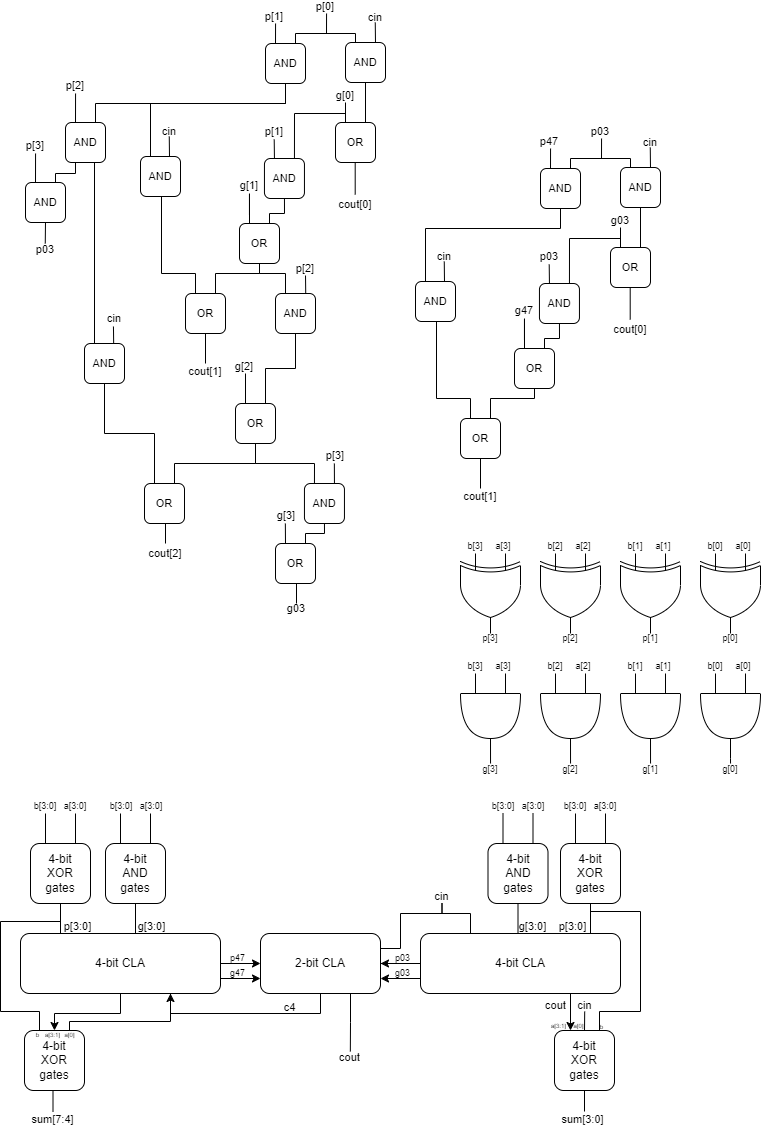
Earlier version of the draw.io export Lab2/Advanced/2-3/Lab2-3.png (Crazy-Ting-Yao/2023-Fall-Hardware_Design_and_Lab_Lee). Source tidied: cells renumbered, new cells last; positions are measured from the earlier drawing's top-left corner, leaving out a move shared by most shapes.
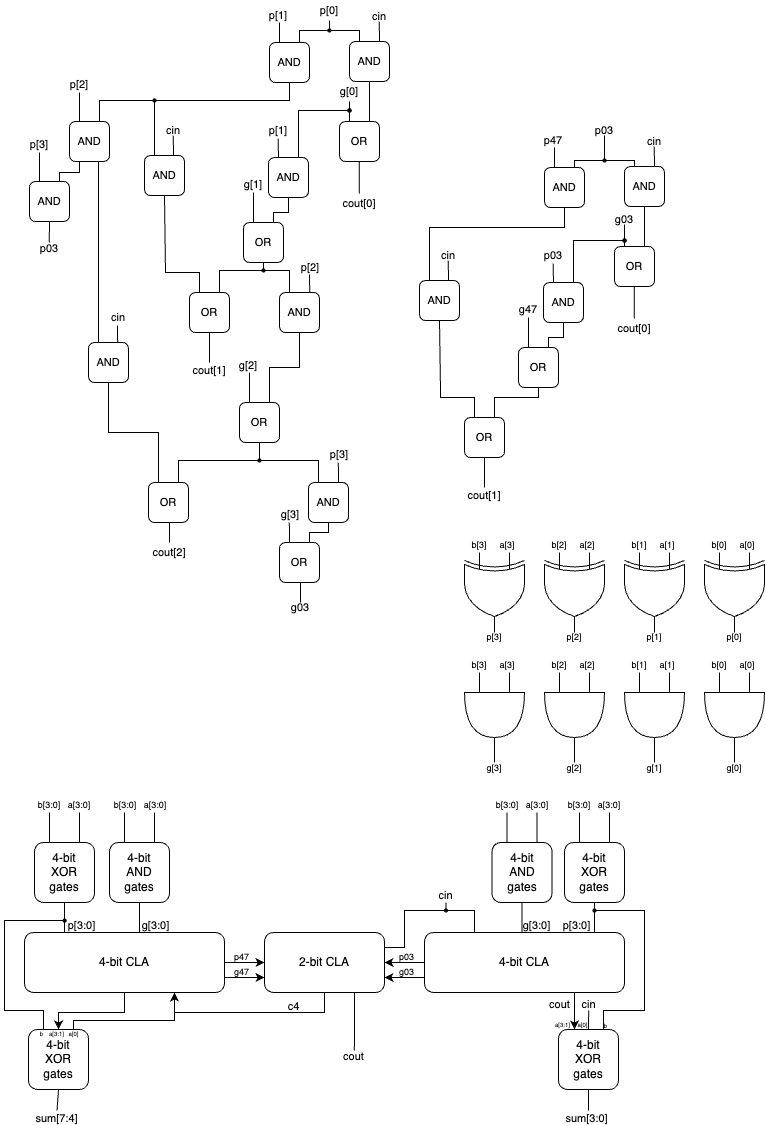
The same file after the commit.

Diff of the diagram source:
```diff
@@ -20,4 +20,4 @@
         <Array as="points">
-          <mxPoint x="95" y="102" />
-          <mxPoint x="285" y="102" />
+          <mxPoint x="95" y="100" />
+          <mxPoint x="285" y="100" />
         </Array>
@@ -49,2 +49,7 @@
     </mxCell>
+    <mxCell id="216" style="edgeStyle=orthogonalEdgeStyle;shape=connector;rounded=0;jettySize=auto;html=1;exitX=0.25;exitY=0;exitDx=0;exitDy=0;labelBackgroundColor=default;strokeColor=default;align=center;verticalAlign=middle;fontFamily=Helvetica;fontSize=11;fontColor=default;endArrow=oval;endFill=1;endSize=3;" parent="1" edge="1" source="12">
+      <mxGeometry relative="1" as="geometry">
+        <mxPoint x="345" y="110" as="targetPoint" />
+      </mxGeometry>
+    </mxCell>
     <mxCell id="12" value="OR" style="rounded=1;whiteSpace=wrap;html=1;fontFamily=Helvetica;fontSize=11;fontColor=default;" parent="1" vertex="1">
@@ -52,10 +57,9 @@
     </mxCell>
-    <mxCell id="13" style="endArrow=none;html=1;rounded=0;labelBackgroundColor=default;strokeColor=default;align=center;verticalAlign=middle;fontFamily=Helvetica;fontSize=11;fontColor=default;shape=connector;" parent="1" edge="1">
-      <mxGeometry relative="1" as="geometry">
-        <mxPoint x="345" y="101" as="sourcePoint" />
-        <mxPoint x="345" y="121" as="targetPoint" />
-      </mxGeometry>
-    </mxCell>
+    <mxCell id="217" style="edgeStyle=orthogonalEdgeStyle;shape=connector;rounded=0;jettySize=auto;html=1;exitX=0.5;exitY=1;exitDx=0;exitDy=0;labelBackgroundColor=default;strokeColor=default;align=center;verticalAlign=middle;fontFamily=Helvetica;fontSize=11;fontColor=default;endArrow=oval;endFill=1;endSize=3;" parent="1" edge="1" source="14">
+      <mxGeometry relative="1" as="geometry">
+        <mxPoint x="345" y="110" as="targetPoint" />
+      </mxGeometry>
+    </mxCell>
     <mxCell id="14" value="g[0]" style="text;html=1;strokeColor=none;fillColor=none;align=center;verticalAlign=middle;whiteSpace=wrap;rounded=0;fontSize=11;fontFamily=Helvetica;fontColor=default;" parent="1" vertex="1">
-      <mxGeometry x="330" y="89" width="30" height="10" as="geometry" />
+      <mxGeometry x="330" y="80" width="30" height="21" as="geometry" />
     </mxCell>
@@ -64,4 +68,4 @@
         <Array as="points">
-          <mxPoint x="355" y="32" />
-          <mxPoint x="295" y="32" />
+          <mxPoint x="355" y="30" />
+          <mxPoint x="295" y="30" />
         </Array>
@@ -75,19 +79,10 @@
     </mxCell>
-    <mxCell id="18" style="edgeStyle=orthogonalEdgeStyle;shape=connector;rounded=0;orthogonalLoop=1;jettySize=auto;html=1;exitX=0.25;exitY=0;exitDx=0;exitDy=0;labelBackgroundColor=default;strokeColor=default;align=center;verticalAlign=middle;fontFamily=Helvetica;fontSize=11;fontColor=default;endArrow=none;endFill=0;" parent="1" edge="1">
-      <mxGeometry relative="1" as="geometry">
-        <mxPoint x="326" y="32" as="sourcePoint" />
-        <mxPoint x="326.1" y="12" as="targetPoint" />
-      </mxGeometry>
-    </mxCell>
+    <mxCell id="218" style="edgeStyle=orthogonalEdgeStyle;shape=connector;rounded=0;jettySize=auto;html=1;exitX=0.5;exitY=1;exitDx=0;exitDy=0;labelBackgroundColor=default;strokeColor=default;align=center;verticalAlign=middle;fontFamily=Helvetica;fontSize=11;fontColor=default;endArrow=oval;endFill=1;endSize=3;" parent="1" edge="1" source="19">
+      <mxGeometry relative="1" as="geometry">
+        <mxPoint x="325" y="30" as="targetPoint" />
+      </mxGeometry>
+    </mxCell>
     <mxCell id="19" value="p[0]" style="text;html=1;strokeColor=none;fillColor=none;align=center;verticalAlign=middle;whiteSpace=wrap;rounded=0;fontSize=11;fontFamily=Helvetica;fontColor=default;" parent="1" vertex="1">
-      <mxGeometry x="310" width="30" height="10" as="geometry" />
+      <mxGeometry x="310" width="30" height="20" as="geometry" />
     </mxCell>
-    <mxCell id="20" style="edgeStyle=orthogonalEdgeStyle;shape=connector;rounded=0;jettySize=auto;html=1;exitX=0.25;exitY=0;exitDx=0;exitDy=0;entryX=0.5;entryY=1;entryDx=0;entryDy=0;labelBackgroundColor=default;strokeColor=default;align=center;verticalAlign=middle;fontFamily=Helvetica;fontSize=11;fontColor=default;endArrow=none;endFill=0;" parent="1" edge="1" source="22" target="3">
-      <mxGeometry relative="1" as="geometry">
-        <Array as="points">
-          <mxPoint x="150" y="102" />
-          <mxPoint x="285" y="102" />
-        </Array>
-      </mxGeometry>
-    </mxCell>
     <mxCell id="21" style="edgeStyle=orthogonalEdgeStyle;shape=connector;rounded=0;jettySize=auto;html=1;exitX=0.5;exitY=1;exitDx=0;exitDy=0;entryX=0.25;entryY=0;entryDx=0;entryDy=0;labelBackgroundColor=default;strokeColor=default;align=center;verticalAlign=middle;fontFamily=Helvetica;fontSize=11;fontColor=default;endArrow=none;endFill=0;" parent="1" edge="1" source="22" target="62">
@@ -101,2 +96,7 @@
     </mxCell>
+    <mxCell id="219" style="edgeStyle=orthogonalEdgeStyle;shape=connector;rounded=0;jettySize=auto;html=1;exitX=0.25;exitY=0;exitDx=0;exitDy=0;labelBackgroundColor=default;strokeColor=default;align=center;verticalAlign=middle;fontFamily=Helvetica;fontSize=11;fontColor=default;endArrow=oval;endFill=1;endSize=3;" parent="1" edge="1" source="22">
+      <mxGeometry relative="1" as="geometry">
+        <mxPoint x="150" y="100" as="targetPoint" />
+      </mxGeometry>
+    </mxCell>
     <mxCell id="22" value="AND" style="rounded=1;whiteSpace=wrap;html=1;fontFamily=Helvetica;fontSize=11;fontColor=default;" parent="1" vertex="1">
@@ -134,3 +134,4 @@
         <Array as="points">
-          <mxPoint x="294" y="112" />
+          <mxPoint x="294" y="110" />
+          <mxPoint x="345" y="110" />
         </Array>
@@ -154,10 +155,7 @@
     </mxCell>
-    <mxCell id="33" style="edgeStyle=orthogonalEdgeStyle;shape=connector;rounded=0;jettySize=auto;html=1;exitX=0.5;exitY=1;exitDx=0;exitDy=0;entryX=0.75;entryY=0;entryDx=0;entryDy=0;labelBackgroundColor=default;strokeColor=default;align=center;verticalAlign=middle;fontFamily=Helvetica;fontSize=11;fontColor=default;endArrow=none;endFill=0;" parent="1" edge="1" source="34" target="62">
-      <mxGeometry relative="1" as="geometry">
-        <Array as="points">
-          <mxPoint x="259" y="272" />
-          <mxPoint x="215" y="272" />
-        </Array>
-      </mxGeometry>
-    </mxCell>
+    <mxCell id="220" style="edgeStyle=orthogonalEdgeStyle;shape=connector;rounded=0;jettySize=auto;html=1;exitX=0.5;exitY=1;exitDx=0;exitDy=0;labelBackgroundColor=default;strokeColor=default;align=center;verticalAlign=middle;fontFamily=Helvetica;fontSize=11;fontColor=default;endArrow=oval;endFill=1;endSize=3;" parent="1" edge="1" source="34">
+      <mxGeometry relative="1" as="geometry">
+        <mxPoint x="259" y="270" as="targetPoint" />
+      </mxGeometry>
+    </mxCell>
     <mxCell id="34" value="OR" style="rounded=1;whiteSpace=wrap;html=1;fontFamily=Helvetica;fontSize=11;fontColor=default;" parent="1" vertex="1">
@@ -174,10 +172,2 @@
     </mxCell>
-    <mxCell id="37" style="edgeStyle=orthogonalEdgeStyle;shape=connector;rounded=0;jettySize=auto;html=1;exitX=0.25;exitY=0;exitDx=0;exitDy=0;entryX=0.5;entryY=1;entryDx=0;entryDy=0;labelBackgroundColor=default;strokeColor=default;align=center;verticalAlign=middle;fontFamily=Helvetica;fontSize=11;fontColor=default;endArrow=none;endFill=0;" parent="1" edge="1" source="38" target="34">
-      <mxGeometry relative="1" as="geometry">
-        <Array as="points">
-          <mxPoint x="285" y="272" />
-          <mxPoint x="259" y="272" />
-        </Array>
-      </mxGeometry>
-    </mxCell>
     <mxCell id="38" value="AND" style="rounded=1;whiteSpace=wrap;html=1;fontFamily=Helvetica;fontSize=11;fontColor=default;" parent="1" vertex="1">
@@ -186,3 +176,3 @@
     <mxCell id="39" value="p[2]" style="text;html=1;strokeColor=none;fillColor=none;align=center;verticalAlign=middle;whiteSpace=wrap;rounded=0;fontSize=11;fontFamily=Helvetica;fontColor=default;" parent="1" vertex="1">
-      <mxGeometry x="290" y="261.5" width="30" height="10" as="geometry" />
+      <mxGeometry x="291" y="261.5" width="30" height="10" as="geometry" />
     </mxCell>
@@ -246,2 +236,7 @@
     </mxCell>
+    <mxCell id="221" style="edgeStyle=orthogonalEdgeStyle;shape=connector;rounded=0;jettySize=auto;html=1;exitX=0.5;exitY=1;exitDx=0;exitDy=0;labelBackgroundColor=default;strokeColor=default;align=center;verticalAlign=middle;fontFamily=Helvetica;fontSize=11;fontColor=default;endArrow=oval;endFill=1;endSize=3;" parent="1" edge="1" source="54">
+      <mxGeometry relative="1" as="geometry">
+        <mxPoint x="255" y="460" as="targetPoint" />
+      </mxGeometry>
+    </mxCell>
     <mxCell id="54" value="OR" style="rounded=1;whiteSpace=wrap;html=1;fontFamily=Helvetica;fontSize=11;fontColor=default;" parent="1" vertex="1">
@@ -252,5 +247,2 @@
     </mxCell>
-    <mxCell id="56" style="edgeStyle=orthogonalEdgeStyle;shape=connector;rounded=0;jettySize=auto;html=1;exitX=0.25;exitY=0;exitDx=0;exitDy=0;entryX=0.5;entryY=1;entryDx=0;entryDy=0;labelBackgroundColor=default;strokeColor=default;align=center;verticalAlign=middle;fontFamily=Helvetica;fontSize=11;fontColor=default;endArrow=none;endFill=0;" parent="1" edge="1" source="58" target="54">
-      <mxGeometry relative="1" as="geometry" />
-    </mxCell>
     <mxCell id="57" style="edgeStyle=orthogonalEdgeStyle;shape=connector;rounded=0;jettySize=auto;html=1;exitX=0.75;exitY=0;exitDx=0;exitDy=0;labelBackgroundColor=default;strokeColor=default;align=center;verticalAlign=middle;fontFamily=Helvetica;fontSize=11;fontColor=default;endArrow=none;endFill=0;" parent="1" edge="1" source="58">
@@ -277,2 +269,10 @@
     </mxCell>
+    <mxCell id="222" style="edgeStyle=orthogonalEdgeStyle;shape=connector;rounded=0;jettySize=auto;html=1;exitX=0.75;exitY=0;exitDx=0;exitDy=0;entryX=0.25;entryY=0;entryDx=0;entryDy=0;labelBackgroundColor=default;strokeColor=default;align=center;verticalAlign=middle;fontFamily=Helvetica;fontSize=11;fontColor=default;endArrow=none;endFill=0;endSize=3;" parent="1" edge="1" source="62" target="38">
+      <mxGeometry relative="1" as="geometry">
+        <Array as="points">
+          <mxPoint x="215" y="270" />
+          <mxPoint x="285" y="270" />
+        </Array>
+      </mxGeometry>
+    </mxCell>
     <mxCell id="62" value="OR" style="rounded=1;whiteSpace=wrap;html=1;fontFamily=Helvetica;fontSize=11;fontColor=default;" parent="1" vertex="1">
@@ -280,5 +280,10 @@
     </mxCell>
-    <mxCell id="63" style="edgeStyle=orthogonalEdgeStyle;shape=connector;rounded=0;jettySize=auto;html=1;exitX=0.75;exitY=0;exitDx=0;exitDy=0;entryX=0.5;entryY=1;entryDx=0;entryDy=0;labelBackgroundColor=default;strokeColor=default;align=center;verticalAlign=middle;fontFamily=Helvetica;fontSize=11;fontColor=default;endArrow=none;endFill=0;" parent="1" edge="1" source="64" target="54">
-      <mxGeometry relative="1" as="geometry" />
-    </mxCell>
+    <mxCell id="223" style="edgeStyle=orthogonalEdgeStyle;shape=connector;rounded=0;jettySize=auto;html=1;exitX=0.75;exitY=0;exitDx=0;exitDy=0;entryX=0.25;entryY=0;entryDx=0;entryDy=0;labelBackgroundColor=default;strokeColor=default;align=center;verticalAlign=middle;fontFamily=Helvetica;fontSize=11;fontColor=default;endArrow=none;endFill=0;endSize=3;" parent="1" edge="1" source="64" target="58">
+      <mxGeometry relative="1" as="geometry">
+        <Array as="points">
+          <mxPoint x="174" y="460" />
+          <mxPoint x="314" y="460" />
+        </Array>
+      </mxGeometry>
+    </mxCell>
     <mxCell id="64" value="OR" style="rounded=1;whiteSpace=wrap;html=1;fontFamily=Helvetica;fontSize=11;fontColor=default;" parent="1" vertex="1">
@@ -338,2 +343,7 @@
     </mxCell>
+    <mxCell id="224" style="edgeStyle=orthogonalEdgeStyle;shape=connector;rounded=0;jettySize=auto;html=1;exitX=0.25;exitY=0;exitDx=0;exitDy=0;labelBackgroundColor=default;strokeColor=default;align=center;verticalAlign=middle;fontFamily=Helvetica;fontSize=11;fontColor=default;endArrow=oval;endFill=1;endSize=3;" parent="1" edge="1" source="77">
+      <mxGeometry relative="1" as="geometry">
+        <mxPoint x="620" y="240" as="targetPoint" />
+      </mxGeometry>
+    </mxCell>
     <mxCell id="77" value="OR" style="rounded=1;whiteSpace=wrap;html=1;fontFamily=Helvetica;fontSize=11;fontColor=default;" parent="1" vertex="1">
@@ -341,8 +351,7 @@
     </mxCell>
-    <mxCell id="78" style="endArrow=none;html=1;rounded=0;labelBackgroundColor=default;strokeColor=default;align=center;verticalAlign=middle;fontFamily=Helvetica;fontSize=11;fontColor=default;shape=connector;" parent="1" edge="1">
-      <mxGeometry relative="1" as="geometry">
-        <mxPoint x="620" y="226" as="sourcePoint" />
-        <mxPoint x="620" y="246" as="targetPoint" />
-      </mxGeometry>
-    </mxCell>
+    <mxCell id="225" style="edgeStyle=orthogonalEdgeStyle;shape=connector;rounded=0;jettySize=auto;html=1;exitX=0.5;exitY=1;exitDx=0;exitDy=0;labelBackgroundColor=default;strokeColor=default;align=center;verticalAlign=middle;fontFamily=Helvetica;fontSize=11;fontColor=default;endArrow=oval;endFill=1;endSize=3;" parent="1" edge="1" source="79">
+      <mxGeometry relative="1" as="geometry">
+        <mxPoint x="620" y="240" as="targetPoint" />
+      </mxGeometry>
+    </mxCell>
     <mxCell id="79" value="g03" style="text;html=1;strokeColor=none;fillColor=none;align=center;verticalAlign=middle;whiteSpace=wrap;rounded=0;fontSize=11;fontFamily=Helvetica;fontColor=default;" parent="1" vertex="1">
@@ -353,4 +362,4 @@
         <Array as="points">
-          <mxPoint x="630" y="157" />
-          <mxPoint x="570" y="157" />
+          <mxPoint x="630" y="160" />
+          <mxPoint x="570" y="160" />
         </Array>
@@ -364,8 +373,7 @@
     </mxCell>
-    <mxCell id="83" style="edgeStyle=orthogonalEdgeStyle;shape=connector;rounded=0;orthogonalLoop=1;jettySize=auto;html=1;exitX=0.25;exitY=0;exitDx=0;exitDy=0;labelBackgroundColor=default;strokeColor=default;align=center;verticalAlign=middle;fontFamily=Helvetica;fontSize=11;fontColor=default;endArrow=none;endFill=0;" parent="1" edge="1">
-      <mxGeometry relative="1" as="geometry">
-        <mxPoint x="601" y="157" as="sourcePoint" />
-        <mxPoint x="601.1" y="137" as="targetPoint" />
-      </mxGeometry>
-    </mxCell>
+    <mxCell id="226" style="edgeStyle=orthogonalEdgeStyle;shape=connector;rounded=0;jettySize=auto;html=1;exitX=0.5;exitY=1;exitDx=0;exitDy=0;labelBackgroundColor=default;strokeColor=default;align=center;verticalAlign=middle;fontFamily=Helvetica;fontSize=11;fontColor=default;endArrow=oval;endFill=1;endSize=3;" parent="1" edge="1" source="84">
+      <mxGeometry relative="1" as="geometry">
+        <mxPoint x="600" y="160" as="targetPoint" />
+      </mxGeometry>
+    </mxCell>
     <mxCell id="84" value="p03" style="text;html=1;strokeColor=none;fillColor=none;align=center;verticalAlign=middle;whiteSpace=wrap;rounded=0;fontSize=11;fontFamily=Helvetica;fontColor=default;" parent="1" vertex="1">
@@ -423,3 +431,4 @@
         <Array as="points">
-          <mxPoint x="569" y="237" />
+          <mxPoint x="569" y="240" />
+          <mxPoint x="620" y="240" />
         </Array>
@@ -496,5 +505,2 @@
     </mxCell>
-    <mxCell id="111" style="edgeStyle=orthogonalEdgeStyle;shape=connector;rounded=0;jettySize=auto;html=1;exitX=0.25;exitY=0;exitDx=0;exitDy=0;entryX=0.5;entryY=1;entryDx=0;entryDy=0;labelBackgroundColor=default;strokeColor=default;align=center;verticalAlign=middle;fontFamily=Helvetica;fontSize=11;fontColor=default;endArrow=none;endFill=0;" parent="1" edge="1" source="115" target="174">
-      <mxGeometry relative="1" as="geometry" />
-    </mxCell>
     <mxCell id="112" style="edgeStyle=orthogonalEdgeStyle;shape=connector;rounded=0;jettySize=auto;html=1;exitX=0;exitY=0.5;exitDx=0;exitDy=0;entryX=1;entryY=0.5;entryDx=0;entryDy=0;labelBackgroundColor=default;strokeColor=default;align=center;verticalAlign=middle;fontFamily=Helvetica;fontSize=11;fontColor=default;endArrow=none;endFill=0;" parent="1" edge="1" source="115" target="119">
@@ -513,11 +519,2 @@
     </mxCell>
-    <mxCell id="116" style="edgeStyle=orthogonalEdgeStyle;shape=connector;rounded=0;jettySize=auto;html=1;exitX=1;exitY=0.25;exitDx=0;exitDy=0;entryX=0.5;entryY=1;entryDx=0;entryDy=0;labelBackgroundColor=default;strokeColor=default;align=center;verticalAlign=middle;fontFamily=Helvetica;fontSize=11;fontColor=default;endArrow=none;endFill=0;" parent="1" edge="1" source="119" target="174">
-      <mxGeometry relative="1" as="geometry">
-        <Array as="points">
-          <mxPoint x="400" y="947" />
-          <mxPoint x="400" y="912" />
-          <mxPoint x="442" y="912" />
-        </Array>
-      </mxGeometry>
-    </mxCell>
     <mxCell id="117" style="edgeStyle=orthogonalEdgeStyle;shape=connector;rounded=0;jettySize=auto;html=1;exitX=0.5;exitY=1;exitDx=0;exitDy=0;entryX=0.75;entryY=1;entryDx=0;entryDy=0;labelBackgroundColor=default;strokeColor=default;align=center;verticalAlign=middle;fontFamily=Helvetica;fontSize=11;fontColor=default;endArrow=classic;endFill=1;" parent="1" edge="1" source="119" target="108">
@@ -530,2 +527,11 @@
     </mxCell>
+    <mxCell id="227" style="edgeStyle=orthogonalEdgeStyle;shape=connector;rounded=0;jettySize=auto;html=1;exitX=1;exitY=0.25;exitDx=0;exitDy=0;entryX=0.25;entryY=0;entryDx=0;entryDy=0;labelBackgroundColor=default;strokeColor=default;align=center;verticalAlign=middle;fontFamily=Helvetica;fontSize=11;fontColor=default;endArrow=none;endFill=0;endSize=3;" parent="1" edge="1" source="119" target="115">
+      <mxGeometry relative="1" as="geometry">
+        <Array as="points">
+          <mxPoint x="400" y="947" />
+          <mxPoint x="400" y="910" />
+          <mxPoint x="470" y="910" />
+        </Array>
+      </mxGeometry>
+    </mxCell>
     <mxCell id="119" value="2-bit CLA" style="rounded=1;whiteSpace=wrap;html=1;" parent="1" vertex="1">
@@ -727,2 +733,7 @@
     </mxCell>
+    <mxCell id="228" style="edgeStyle=orthogonalEdgeStyle;shape=connector;rounded=0;jettySize=auto;html=1;exitX=0.5;exitY=1;exitDx=0;exitDy=0;labelBackgroundColor=default;strokeColor=default;align=center;verticalAlign=middle;fontFamily=Helvetica;fontSize=11;fontColor=default;endArrow=oval;endFill=1;endSize=3;" parent="1" edge="1" source="174">
+      <mxGeometry relative="1" as="geometry">
+        <mxPoint x="441.5" y="910" as="targetPoint" />
+      </mxGeometry>
+    </mxCell>
     <mxCell id="174" value="cin" style="text;html=1;strokeColor=none;fillColor=none;align=center;verticalAlign=middle;whiteSpace=wrap;rounded=0;fontSize=11;fontFamily=Helvetica;fontColor=default;" parent="1" vertex="1">
@@ -754,3 +765,3 @@
     </mxCell>
-    <mxCell id="183" style="edgeStyle=orthogonalEdgeStyle;shape=connector;rounded=0;jettySize=auto;html=1;exitX=0.75;exitY=0;exitDx=0;exitDy=0;labelBackgroundColor=default;strokeColor=default;align=center;verticalAlign=middle;fontFamily=Helvetica;fontSize=11;fontColor=default;endArrow=none;endFill=0;" parent="1" edge="1" source="186">
+    <mxCell id="183" style="edgeStyle=orthogonalEdgeStyle;shape=connector;rounded=0;jettySize=auto;html=1;exitX=0.75;exitY=0;exitDx=0;exitDy=0;labelBackgroundColor=default;strokeColor=default;align=center;verticalAlign=middle;fontFamily=Helvetica;fontSize=11;fontColor=default;endArrow=oval;endFill=1;endSize=3;" parent="1" edge="1" source="186">
       <mxGeometry relative="1" as="geometry">
@@ -848,4 +859,5 @@
     </mxCell>
-    <mxCell id="204" style="edgeStyle=orthogonalEdgeStyle;shape=connector;rounded=0;jettySize=auto;html=1;exitX=0.25;exitY=0;exitDx=0;exitDy=0;entryX=0.5;entryY=1;entryDx=0;entryDy=0;labelBackgroundColor=default;strokeColor=default;align=center;verticalAlign=middle;fontFamily=Helvetica;fontSize=11;fontColor=default;endArrow=none;endFill=0;" parent="1" edge="1" source="205" target="191">
+    <mxCell id="204" style="edgeStyle=orthogonalEdgeStyle;shape=connector;rounded=0;jettySize=auto;html=1;exitX=0.25;exitY=0;exitDx=0;exitDy=0;labelBackgroundColor=default;strokeColor=default;align=center;verticalAlign=middle;fontFamily=Helvetica;fontSize=11;fontColor=default;endArrow=oval;endFill=1;endSize=3;" parent="1" edge="1" source="205">
       <mxGeometry relative="1" as="geometry">
+        <mxPoint x="60" y="920" as="targetPoint" />
         <Array as="points">
```
